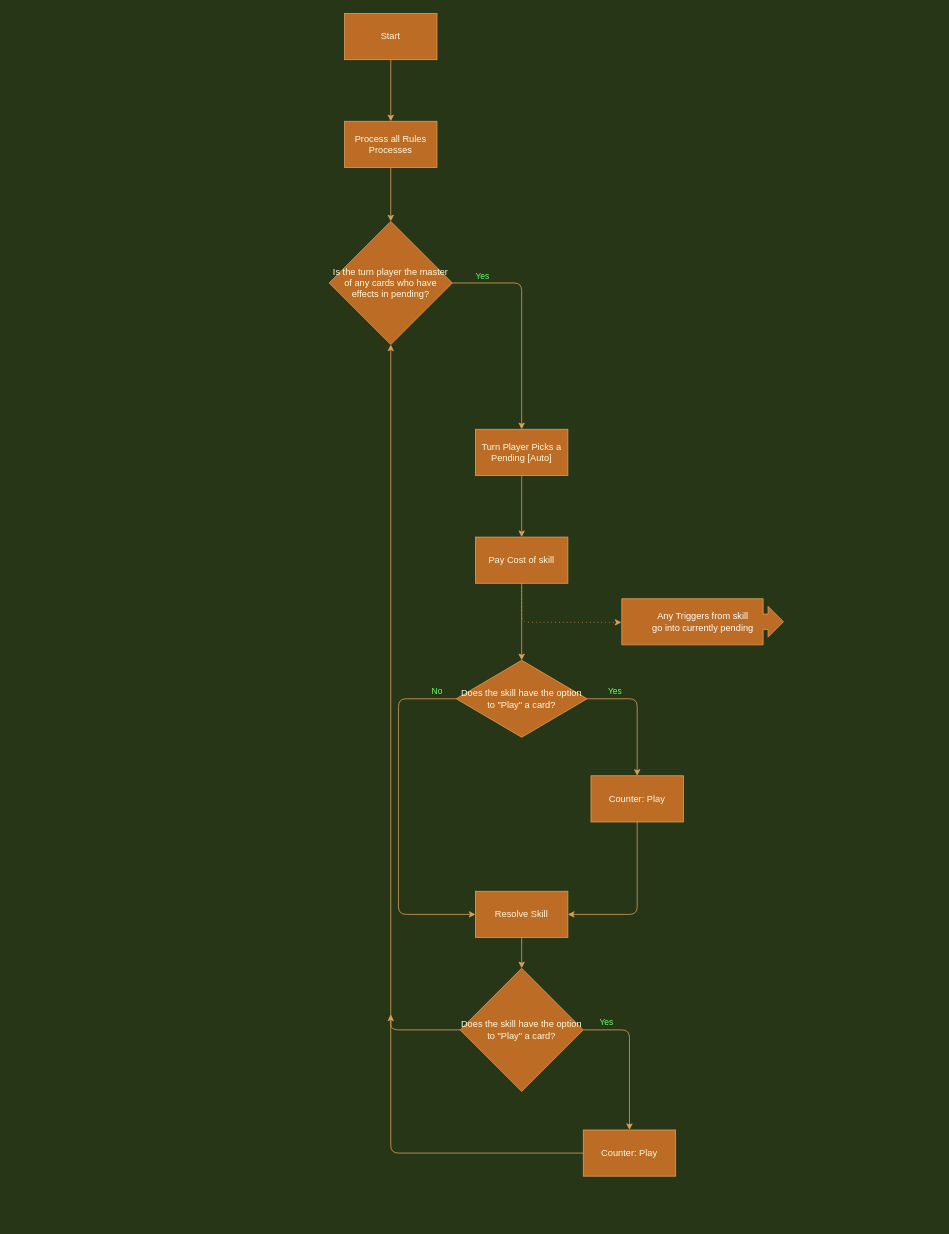
The draw.io diagram page "Checkpoint-Detailed-TurnPlayer" (4 of 4) of diagrams/timing.drawio in Slamerz/Dragon-Ball-Super-Rulings, before the edit. Source tidied: cells renumbered, new cells numbered last; positions are measured from the earlier drawing's top-left corner, leaving out a move shared by most shapes. Both pictures are drawn from the tidied source at 77%, with x=0, y=0 at pixel (329, 13).
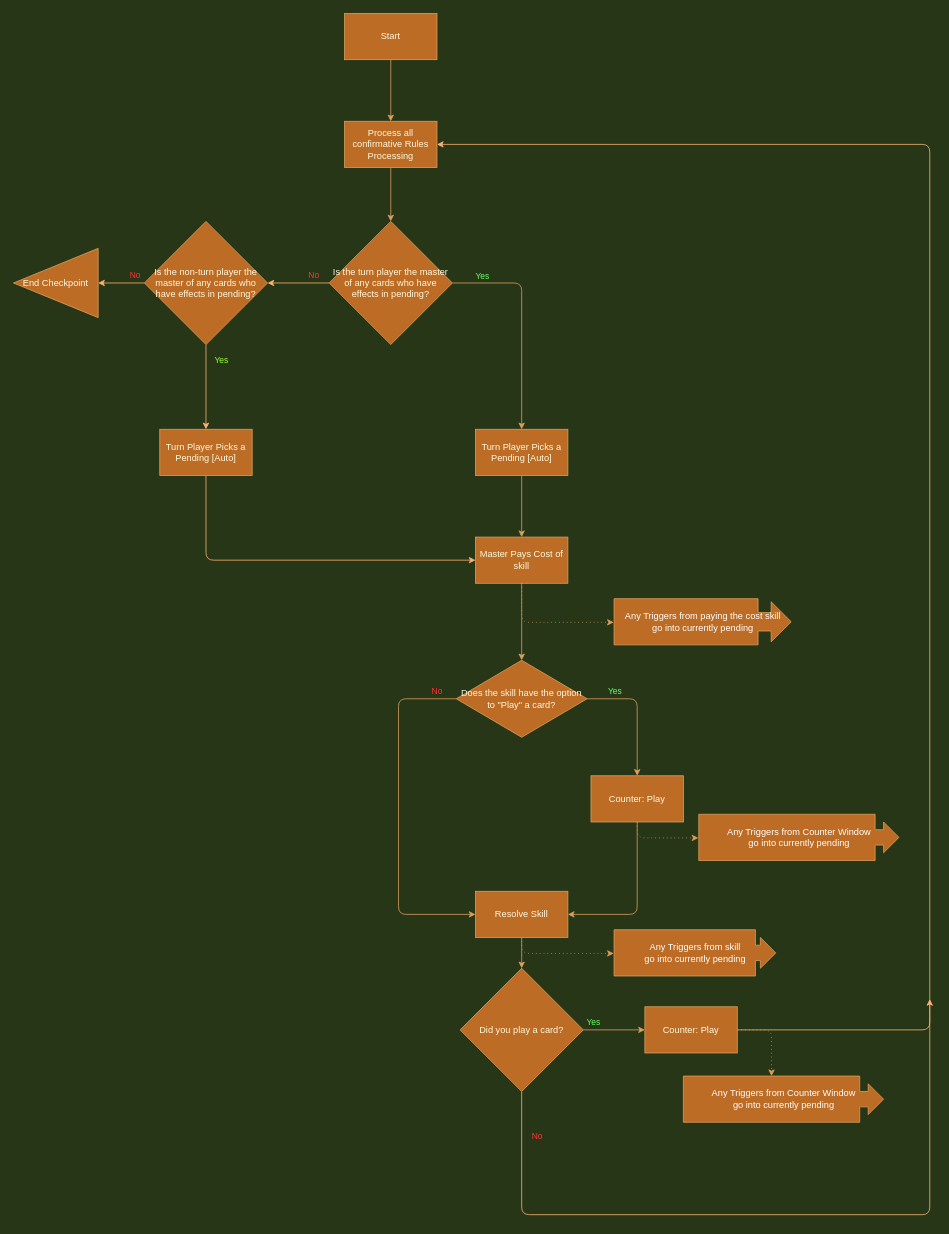
Above is the later version.

Commit message (it also covers changes not shown here):
Updated Checkpoint Details

Unchanged cells that the change refers to:
```xml
<mxCell id="8" value="Is the turn player the master of any cards who have effects in pending?" style="rhombus;whiteSpace=wrap;html=1;rounded=0;fontColor=#FEFAE0;strokeColor=#DDA15E;fillColor=#BC6C25;sketch=0;" parent="1" vertex="1">
  <mxGeometry y="270" width="160" height="160" as="geometry" />
</mxCell>
<mxCell id="17" value="Does the skill have the option to &quot;Play&quot; a card?" style="rhombus;whiteSpace=wrap;html=1;fontFamily=Helvetica;fontSize=12;fontColor=#FEFAE0;align=center;strokeColor=#DDA15E;fillColor=#BC6C25;sketch=0;" parent="1" vertex="1">
  <mxGeometry x="165" y="840" width="170" height="100" as="geometry" />
</mxCell>
<mxCell id="19" value="Counter: Play" style="whiteSpace=wrap;html=1;fontColor=#FEFAE0;strokeColor=#DDA15E;fillColor=#BC6C25;sketch=0;" parent="1" vertex="1">
  <mxGeometry x="340" y="990" width="120" height="60" as="geometry" />
</mxCell>
<mxCell id="21" value="Resolve Skill" style="whiteSpace=wrap;html=1;fontColor=#FEFAE0;strokeColor=#DDA15E;fillColor=#BC6C25;sketch=0;" parent="1" vertex="1">
  <mxGeometry x="190" y="1140" width="120" height="60" as="geometry" />
</mxCell>
```

What changed in the source:
```diff
@@
-    <mxCell id="5" value="Process all Rules Processes" style="rounded=0;whiteSpace=wrap;html=1;sketch=0;fontColor=#FEFAE0;strokeColor=#DDA15E;fillColor=#BC6C25;" parent="1" vertex="1">
+    <mxCell id="5" value="Process all confirmative Rules Processing" style="rounded=0;whiteSpace=wrap;html=1;sketch=0;fontColor=#FEFAE0;strokeColor=#DDA15E;fillColor=#BC6C25;" parent="1" vertex="1">
       <mxGeometry x="20" y="140" width="120" height="60" as="geometry" />
     </mxCell>
@@
+    <mxCell id="27" style="edgeStyle=orthogonalEdgeStyle;rounded=0;jettySize=auto;html=1;exitX=0.5;exitY=1;exitDx=0;exitDy=0;" parent="1" edge="1" source="8">
+      <mxGeometry relative="1" as="geometry">
+        <mxPoint x="80" y="430" as="targetPoint" />
+      </mxGeometry>
+    </mxCell>
+    <mxCell id="28" value="No" style="edgeStyle=orthogonalEdgeStyle;rounded=1;jettySize=auto;html=1;labelBackgroundColor=none;fontColor=#FF3333;strokeColor=#FFB570;" parent="1" edge="1" source="8" target="39">
+      <mxGeometry x="-0.5" y="-10" relative="1" as="geometry" />
+    </mxCell>
@@
-    <mxCell id="12" style="edgeStyle=orthogonalEdgeStyle;curved=0;rounded=1;sketch=0;jettySize=auto;html=1;exitX=0.5;exitY=1;exitDx=0;exitDy=0;entryX=-0.002;entryY=0.512;entryDx=0;entryDy=0;entryPerimeter=0;fontColor=#66FF66;strokeColor=#DDA15E;fillColor=#BC6C25;dashed=1;dashPattern=1 4;" parent="1" edge="1" source="13" target="14">
+    <mxCell id="12" style="edgeStyle=orthogonalEdgeStyle;curved=0;rounded=1;sketch=0;jettySize=auto;html=1;exitX=0.5;exitY=1;exitDx=0;exitDy=0;entryX=-0.002;entryY=0.512;entryDx=0;entryDy=0;entryPerimeter=0;fontColor=#66FF66;strokeColor=#DDA15E;fillColor=#BC6C25;dashed=1;dashPattern=1 4;" parent="1" edge="1" source="21" target="14">
       <mxGeometry relative="1" as="geometry" />
     </mxCell>
-    <mxCell id="13" value="Pay Cost of skill" style="whiteSpace=wrap;html=1;rounded=0;fontColor=#FEFAE0;strokeColor=#DDA15E;fillColor=#BC6C25;sketch=0;" parent="1" vertex="1">
+    <mxCell id="13" value="Master Pays Cost of skill" style="whiteSpace=wrap;html=1;rounded=0;fontColor=#FEFAE0;strokeColor=#DDA15E;fillColor=#BC6C25;sketch=0;" parent="1" vertex="1">
       <mxGeometry x="190" y="680" width="120" height="60" as="geometry" />
     </mxCell>
     <mxCell id="14" value="&lt;font color=&quot;#ffffff&quot;&gt;Any Triggers from skill &lt;br&gt;go into currently pending&lt;/font&gt;" style="html=1;shadow=0;dashed=0;align=center;verticalAlign=middle;shape=mxgraph.arrows2.calloutArrow;dy=10;dx=20;notch=183.57;arrowHead=10;rounded=0;labelBackgroundColor=none;sketch=0;fontColor=#66FF66;strokeColor=#DDA15E;fillColor=#BC6C25;" parent="1" vertex="1">
-      <mxGeometry x="380" y="760" width="210" height="60" as="geometry" />
+      <mxGeometry x="370" y="1190" width="210" height="60" as="geometry" />
     </mxCell>
@@
-    <mxCell id="16" value="No" style="edgeStyle=orthogonalEdgeStyle;curved=0;rounded=1;sketch=0;jettySize=auto;html=1;entryX=0;entryY=0.5;entryDx=0;entryDy=0;labelBackgroundColor=none;fontColor=#66FF66;strokeColor=#DDA15E;fillColor=#BC6C25;" parent="1" edge="1" source="17" target="21">
+    <mxCell id="16" value="No" style="edgeStyle=orthogonalEdgeStyle;curved=0;rounded=1;sketch=0;jettySize=auto;html=1;entryX=0;entryY=0.5;entryDx=0;entryDy=0;labelBackgroundColor=none;fontColor=#FF3333;strokeColor=#DDA15E;fillColor=#BC6C25;" parent="1" edge="1" source="17" target="21">
       <mxGeometry x="-0.89" y="-10" relative="1" as="geometry">
         <Array as="points">
           <mxPoint x="90" y="890" />
           <mxPoint x="90" y="1170" />
         </Array>
       </mxGeometry>
     </mxCell>
@@
-    <mxCell id="23" style="edgeStyle=orthogonalEdgeStyle;curved=0;rounded=1;sketch=0;jettySize=auto;html=1;labelBackgroundColor=none;fontColor=#66FF66;strokeColor=#DDA15E;fillColor=#BC6C25;" parent="1" edge="1" source="24">
-      <mxGeometry relative="1" as="geometry">
-        <mxPoint x="80" y="1300" as="targetPoint" />
-        <Array as="points">
-          <mxPoint x="80" y="1320" />
-        </Array>
-      </mxGeometry>
-    </mxCell>
+    <mxCell id="29" value="No" style="edgeStyle=orthogonalEdgeStyle;rounded=1;jettySize=auto;html=1;exitX=0.5;exitY=1;exitDx=0;exitDy=0;strokeColor=#FFB570;fontColor=#FF3333;labelBackgroundColor=none;" parent="1" edge="1" source="24">
+      <mxGeometry x="-0.88" y="20" relative="1" as="geometry">
+        <mxPoint x="780" y="1280" as="targetPoint" />
+        <Array as="points">
+          <mxPoint x="250" y="1560" />
+          <mxPoint x="780" y="1560" />
+          <mxPoint x="780" y="1290" />
+        </Array>
+      </mxGeometry>
+    </mxCell>
-    <mxCell id="24" value="&lt;span&gt;Does the skill have the option to &quot;Play&quot; a card?&lt;/span&gt;" style="rhombus;whiteSpace=wrap;html=1;fontColor=#FEFAE0;strokeColor=#DDA15E;fillColor=#BC6C25;sketch=0;" parent="1" vertex="1">
+    <mxCell id="24" value="&lt;span&gt;Did you play a card?&lt;/span&gt;" style="rhombus;whiteSpace=wrap;html=1;fontColor=#FEFAE0;strokeColor=#DDA15E;fillColor=#BC6C25;sketch=0;" parent="1" vertex="1">
       <mxGeometry x="170" y="1240" width="160" height="160" as="geometry" />
     </mxCell>
-    <mxCell id="25" style="edgeStyle=orthogonalEdgeStyle;curved=0;rounded=1;sketch=0;jettySize=auto;html=1;labelBackgroundColor=none;fontColor=#66FF66;strokeColor=#DDA15E;fillColor=#BC6C25;entryX=0.5;entryY=1;entryDx=0;entryDy=0;" parent="1" edge="1" source="26" target="8">
-      <mxGeometry relative="1" as="geometry" />
-    </mxCell>
+    <mxCell id="30" style="edgeStyle=orthogonalEdgeStyle;rounded=1;jettySize=auto;html=1;entryX=1;entryY=0.5;entryDx=0;entryDy=0;strokeColor=#FFB570;" parent="1" edge="1" source="26" target="5">
+      <mxGeometry relative="1" as="geometry">
+        <Array as="points">
+          <mxPoint x="780" y="1320" />
+          <mxPoint x="780" y="170" />
+        </Array>
+      </mxGeometry>
+    </mxCell>
     <mxCell id="26" value="Counter: Play" style="whiteSpace=wrap;html=1;fontColor=#FEFAE0;strokeColor=#DDA15E;fillColor=#BC6C25;sketch=0;" parent="1" vertex="1">
-      <mxGeometry x="330" y="1450" width="120" height="60" as="geometry" />
+      <mxGeometry x="410" y="1290" width="120" height="60" as="geometry" />
     </mxCell>
+    <mxCell id="31" style="edgeStyle=orthogonalEdgeStyle;curved=0;rounded=1;sketch=0;jettySize=auto;html=1;exitX=0.5;exitY=1;exitDx=0;exitDy=0;entryX=-0.002;entryY=0.512;entryDx=0;entryDy=0;entryPerimeter=0;fontColor=#66FF66;strokeColor=#DDA15E;fillColor=#BC6C25;dashed=1;dashPattern=1 4;" parent="1" edge="1" source="13" target="32">
+      <mxGeometry relative="1" as="geometry" />
+    </mxCell>
+    <mxCell id="32" value="&lt;font color=&quot;#ffffff&quot;&gt;Any Triggers from paying the cost skill &lt;br&gt;go into currently pending&lt;/font&gt;" style="html=1;shadow=0;dashed=0;align=center;verticalAlign=middle;shape=mxgraph.arrows2.calloutArrow;dy=12;dx=26;notch=187;arrowHead=14;rounded=0;labelBackgroundColor=none;sketch=0;fontColor=#66FF66;strokeColor=#DDA15E;fillColor=#BC6C25;" parent="1" vertex="1">
+      <mxGeometry x="370" y="760" width="230" height="60" as="geometry" />
+    </mxCell>
+    <mxCell id="33" style="edgeStyle=orthogonalEdgeStyle;curved=0;rounded=1;sketch=0;jettySize=auto;html=1;exitX=0.5;exitY=1;exitDx=0;exitDy=0;entryX=-0.002;entryY=0.512;entryDx=0;entryDy=0;entryPerimeter=0;fontColor=#66FF66;strokeColor=#DDA15E;fillColor=#BC6C25;dashed=1;dashPattern=1 4;" parent="1" edge="1" source="19" target="34">
+      <mxGeometry relative="1" as="geometry" />
+    </mxCell>
+    <mxCell id="34" value="&lt;font color=&quot;#ffffff&quot;&gt;Any Triggers from Counter Window&lt;br&gt;go into currently pending&lt;/font&gt;" style="html=1;shadow=0;dashed=0;align=center;verticalAlign=middle;shape=mxgraph.arrows2.calloutArrow;dy=10;dx=20;notch=229;arrowHead=10;rounded=0;labelBackgroundColor=none;sketch=0;fontColor=#66FF66;strokeColor=#DDA15E;fillColor=#BC6C25;" parent="1" vertex="1">
+      <mxGeometry x="480" y="1040" width="260" height="60" as="geometry" />
+    </mxCell>
+    <mxCell id="35" style="edgeStyle=orthogonalEdgeStyle;curved=0;rounded=1;sketch=0;jettySize=auto;html=1;entryX=0;entryY=0;entryDx=114.5;entryDy=0;entryPerimeter=0;fontColor=#66FF66;strokeColor=#DDA15E;fillColor=#BC6C25;dashed=1;dashPattern=1 4;exitX=1;exitY=0.5;exitDx=0;exitDy=0;" parent="1" edge="1" source="26" target="36">
+      <mxGeometry relative="1" as="geometry">
+        <Array as="points">
+          <mxPoint x="575" y="1320" />
+          <mxPoint x="575" y="1380" />
+        </Array>
+      </mxGeometry>
+    </mxCell>
+    <mxCell id="36" value="&lt;font color=&quot;#ffffff&quot;&gt;Any Triggers from Counter Window&lt;br&gt;go into currently pending&lt;/font&gt;" style="html=1;shadow=0;dashed=0;align=center;verticalAlign=middle;shape=mxgraph.arrows2.calloutArrow;dy=10;dx=20;notch=229;arrowHead=10;rounded=0;labelBackgroundColor=none;sketch=0;fontColor=#66FF66;strokeColor=#DDA15E;fillColor=#BC6C25;" parent="1" vertex="1">
+      <mxGeometry x="460" y="1380" width="260" height="60" as="geometry" />
+    </mxCell>
+    <mxCell id="37" value="Yes" style="edgeStyle=orthogonalEdgeStyle;rounded=1;jettySize=auto;html=1;labelBackgroundColor=none;fontColor=#99FF33;strokeColor=#FFB570;" parent="1" edge="1" source="39" target="41">
+      <mxGeometry x="-0.64" y="20" relative="1" as="geometry" />
+    </mxCell>
+    <mxCell id="38" value="No" style="edgeStyle=orthogonalEdgeStyle;rounded=1;jettySize=auto;html=1;labelBackgroundColor=none;fontColor=#FF3333;strokeColor=#FFB570;" parent="1" edge="1" source="39" target="42">
+      <mxGeometry x="-0.6" y="-10" relative="1" as="geometry" />
+    </mxCell>
+    <mxCell id="39" value="Is the non-turn player the master of any cards who have effects in pending?" style="rhombus;whiteSpace=wrap;html=1;rounded=0;fontColor=#FEFAE0;strokeColor=#DDA15E;fillColor=#BC6C25;sketch=0;" parent="1" vertex="1">
+      <mxGeometry x="-240" y="270" width="160" height="160" as="geometry" />
+    </mxCell>
+    <mxCell id="40" style="edgeStyle=orthogonalEdgeStyle;rounded=1;jettySize=auto;html=1;entryX=0;entryY=0.5;entryDx=0;entryDy=0;labelBackgroundColor=none;fontColor=#99FF33;strokeColor=#FFB570;exitX=0.5;exitY=1;exitDx=0;exitDy=0;" parent="1" edge="1" source="41" target="13">
+      <mxGeometry relative="1" as="geometry" />
+    </mxCell>
+    <mxCell id="41" value="Turn Player Picks a Pending [Auto]" style="whiteSpace=wrap;html=1;rounded=0;fontColor=#FEFAE0;strokeColor=#DDA15E;fillColor=#BC6C25;sketch=0;" parent="1" vertex="1">
+      <mxGeometry x="-220" y="540" width="120" height="60" as="geometry" />
+    </mxCell>
+    <mxCell id="42" value="End Checkpoint" style="triangle;whiteSpace=wrap;html=1;fontColor=#FEFAE0;rounded=0;strokeColor=#DDA15E;fillColor=#BC6C25;sketch=0;rotation=0;direction=west;" parent="1" vertex="1">
+      <mxGeometry x="-410" y="305" width="110" height="90" as="geometry" />
+    </mxCell>
```
